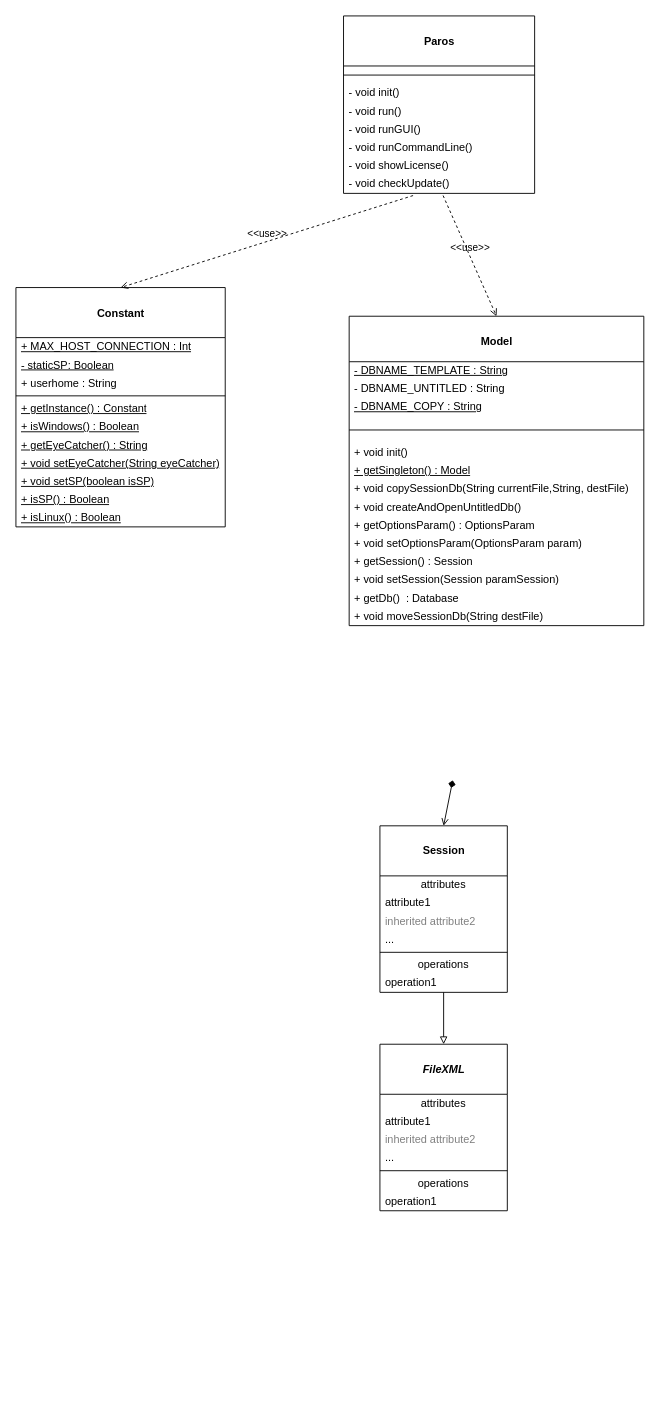
The draw.io diagram img/Untitled Diagram.drawio in nitipat009/softdev, before the edit. Source tidied: cells renumbered, new cells numbered last; positions are measured from the earlier drawing's top-left corner, leaving out a move shared by most shapes. Both pictures are drawn from the tidied source at 91%, with x=0, y=0 at pixel (15, 15).
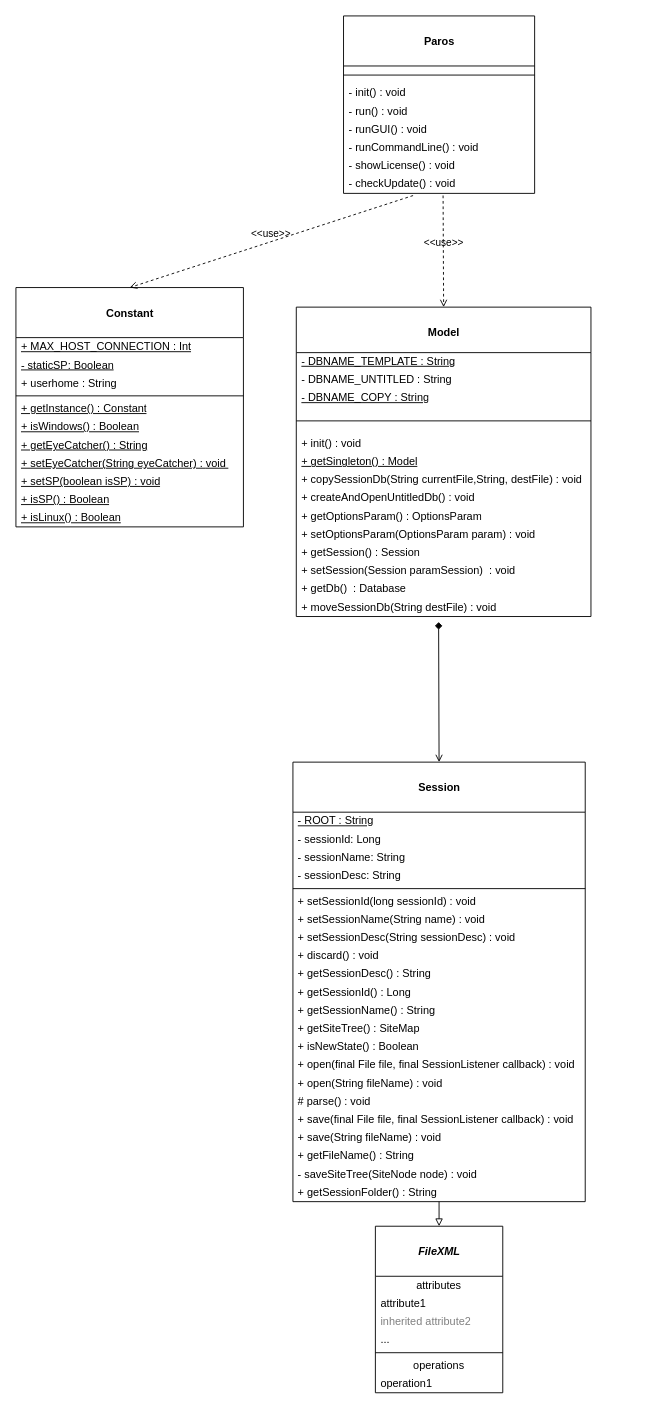
The same page after the edit.

Unchanged cells that the change refers to:
```xml
<mxCell id="2" value="&lt;b&gt;&lt;br&gt;Paros&lt;/b&gt;" style="swimlane;fontStyle=0;align=center;verticalAlign=top;horizontal=1;startSize=55;html=1;" parent="1" vertex="1">
  <mxGeometry x="360" width="210" height="195" as="geometry" />
</mxCell>
```

Change to the diagram source:
```diff
@@
-    <mxCell id="4" value="- void init()" style="text;html=1;strokeColor=none;fillColor=none;align=left;verticalAlign=middle;spacingLeft=4;spacingRight=4;overflow=hidden;" parent="2" vertex="1">
+    <mxCell id="4" value="- init() : void" style="text;html=1;strokeColor=none;fillColor=none;align=left;verticalAlign=middle;spacingLeft=4;spacingRight=4;overflow=hidden;" parent="2" vertex="1">
       <mxGeometry y="75" width="210" height="20" as="geometry" />
     </mxCell>
-    <mxCell id="5" value="- void&amp;nbsp;run()" style="text;html=1;strokeColor=none;fillColor=none;align=left;verticalAlign=middle;spacingLeft=4;spacingRight=4;overflow=hidden;" parent="2" vertex="1">
+    <mxCell id="5" value="- run() : void" style="text;html=1;strokeColor=none;fillColor=none;align=left;verticalAlign=middle;spacingLeft=4;spacingRight=4;overflow=hidden;" parent="2" vertex="1">
       <mxGeometry y="95" width="210" height="20" as="geometry" />
     </mxCell>
-    <mxCell id="6" value="- void runGUI()" style="text;html=1;strokeColor=none;fillColor=none;align=left;verticalAlign=middle;spacingLeft=4;spacingRight=4;overflow=hidden;" parent="2" vertex="1">
+    <mxCell id="6" value="- runGUI() : void" style="text;html=1;strokeColor=none;fillColor=none;align=left;verticalAlign=middle;spacingLeft=4;spacingRight=4;overflow=hidden;" parent="2" vertex="1">
       <mxGeometry y="115" width="210" height="20" as="geometry" />
     </mxCell>
-    <mxCell id="7" value="- void runCommandLine()" style="text;html=1;strokeColor=none;fillColor=none;align=left;verticalAlign=middle;spacingLeft=4;spacingRight=4;overflow=hidden;" parent="2" vertex="1">
+    <mxCell id="7" value="- runCommandLine() : void" style="text;html=1;strokeColor=none;fillColor=none;align=left;verticalAlign=middle;spacingLeft=4;spacingRight=4;overflow=hidden;" parent="2" vertex="1">
       <mxGeometry y="135" width="210" height="20" as="geometry" />
     </mxCell>
-    <mxCell id="8" value="- void showLicense()" style="text;html=1;strokeColor=none;fillColor=none;align=left;verticalAlign=middle;spacingLeft=4;spacingRight=4;overflow=hidden;" parent="2" vertex="1">
+    <mxCell id="8" value="- showLicense() : void&amp;nbsp;" style="text;html=1;strokeColor=none;fillColor=none;align=left;verticalAlign=middle;spacingLeft=4;spacingRight=4;overflow=hidden;" parent="2" vertex="1">
       <mxGeometry y="155" width="210" height="20" as="geometry" />
     </mxCell>
-    <mxCell id="9" value="- void checkUpdate()" style="text;html=1;strokeColor=none;fillColor=none;align=left;verticalAlign=middle;spacingLeft=4;spacingRight=4;overflow=hidden;points=[[0,0.5],[1,0.5]];portConstraint=eastwest;" parent="2" vertex="1">
+    <mxCell id="9" value="- checkUpdate() : void" style="text;html=1;strokeColor=none;fillColor=none;align=left;verticalAlign=middle;spacingLeft=4;spacingRight=4;overflow=hidden;points=[[0,0.5],[1,0.5]];portConstraint=eastwest;" parent="2" vertex="1">
       <mxGeometry y="175" width="210" height="20" as="geometry" />
     </mxCell>
     <mxCell id="10" value="&lt;br&gt;&lt;b&gt;Constant&lt;/b&gt;" style="swimlane;fontStyle=0;align=center;verticalAlign=top;horizontal=1;startSize=55;html=1;" parent="1" vertex="1">
-      <mxGeometry y="298.5" width="230" height="263" as="geometry" />
+      <mxGeometry y="298.5" width="250" height="263" as="geometry" />
     </mxCell>
     <mxCell id="11" value="&lt;u&gt;+ MAX_HOST_CONNECTION : Int&lt;/u&gt;" style="text;html=1;strokeColor=none;fillColor=none;align=left;verticalAlign=middle;spacingLeft=4;spacingRight=4;overflow=hidden;" parent="10" vertex="1">
-      <mxGeometry y="55" width="230" height="20" as="geometry" />
+      <mxGeometry y="55" width="250" height="20" as="geometry" />
     </mxCell>
     <mxCell id="12" value="&lt;u&gt;- staticSP: Boolean&lt;/u&gt;" style="text;html=1;strokeColor=none;fillColor=none;align=left;verticalAlign=middle;spacingLeft=4;spacingRight=4;overflow=hidden;" parent="10" vertex="1">
-      <mxGeometry y="75" width="230" height="20" as="geometry" />
+      <mxGeometry y="75" width="250" height="20" as="geometry" />
     </mxCell>
     <mxCell id="13" value="+ userhome : String" style="text;html=1;strokeColor=none;fillColor=none;align=left;verticalAlign=middle;spacingLeft=4;spacingRight=4;overflow=hidden;" parent="10" vertex="1">
-      <mxGeometry y="95" width="230" height="20" as="geometry" />
+      <mxGeometry y="95" width="250" height="20" as="geometry" />
     </mxCell>
     <mxCell id="14" style="line;strokeWidth=1;fillColor=none;align=left;verticalAlign=middle;spacingTop=-1;spacingLeft=3;spacingRight=3;labelPosition=right;" parent="10" vertex="1">
-      <mxGeometry y="115" width="230" height="8" as="geometry" />
+      <mxGeometry y="115" width="250" height="8" as="geometry" />
     </mxCell>
     <mxCell id="15" value="&lt;u&gt;+ getInstance() : Constant&lt;/u&gt;" style="text;html=1;strokeColor=none;fillColor=none;align=left;verticalAlign=middle;spacingLeft=4;spacingRight=4;overflow=hidden;" parent="10" vertex="1">
-      <mxGeometry y="123" width="230" height="20" as="geometry" />
+      <mxGeometry y="123" width="250" height="20" as="geometry" />
     </mxCell>
     <mxCell id="16" value="&lt;u&gt;+ isWindows() : Boolean&lt;/u&gt;" style="text;html=1;strokeColor=none;fillColor=none;align=left;verticalAlign=middle;spacingLeft=4;spacingRight=4;overflow=hidden;" parent="10" vertex="1">
-      <mxGeometry y="143" width="230" height="20" as="geometry" />
+      <mxGeometry y="143" width="250" height="20" as="geometry" />
     </mxCell>
     <mxCell id="17" value="&lt;u&gt;+ getEyeCatcher() : String&lt;/u&gt;" style="text;html=1;strokeColor=none;fillColor=none;align=left;verticalAlign=middle;spacingLeft=4;spacingRight=4;overflow=hidden;" parent="10" vertex="1">
-      <mxGeometry y="163" width="230" height="20" as="geometry" />
+      <mxGeometry y="163" width="250" height="20" as="geometry" />
     </mxCell>
-    <mxCell id="18" value="&lt;u&gt;+ void setEyeCatcher(String eyeCatcher)&lt;/u&gt;" style="text;html=1;strokeColor=none;fillColor=none;align=left;verticalAlign=middle;spacingLeft=4;spacingRight=4;overflow=hidden;" parent="10" vertex="1">
-      <mxGeometry y="183" width="230" height="20" as="geometry" />
+    <mxCell id="18" value="&lt;u&gt;+ setEyeCatcher(String eyeCatcher) :&amp;nbsp;&lt;/u&gt;&lt;u&gt;void&amp;nbsp;&lt;/u&gt;" style="text;html=1;strokeColor=none;fillColor=none;align=left;verticalAlign=middle;spacingLeft=4;spacingRight=4;overflow=hidden;" parent="10" vertex="1">
+      <mxGeometry y="183" width="250" height="20" as="geometry" />
     </mxCell>
-    <mxCell id="19" value="&lt;u&gt;+ void setSP(boolean isSP)&lt;/u&gt;" style="text;html=1;strokeColor=none;fillColor=none;align=left;verticalAlign=middle;spacingLeft=4;spacingRight=4;overflow=hidden;" parent="10" vertex="1">
-      <mxGeometry y="203" width="230" height="20" as="geometry" />
+    <mxCell id="19" value="&lt;u&gt;+ setSP(boolean isSP) :&amp;nbsp;&lt;/u&gt;&lt;u&gt;void&lt;/u&gt;" style="text;html=1;strokeColor=none;fillColor=none;align=left;verticalAlign=middle;spacingLeft=4;spacingRight=4;overflow=hidden;" parent="10" vertex="1">
+      <mxGeometry y="203" width="250" height="20" as="geometry" />
     </mxCell>
     <mxCell id="20" value="&lt;u&gt;+ isSP() : Boolean&lt;/u&gt;" style="text;html=1;strokeColor=none;fillColor=none;align=left;verticalAlign=middle;spacingLeft=4;spacingRight=4;overflow=hidden;" parent="10" vertex="1">
-      <mxGeometry y="223" width="230" height="20" as="geometry" />
+      <mxGeometry y="223" width="250" height="20" as="geometry" />
     </mxCell>
     <mxCell id="21" value="&lt;u&gt;+ isLinux() : Boolean&lt;/u&gt;" style="text;html=1;strokeColor=none;fillColor=none;align=left;verticalAlign=middle;spacingLeft=4;spacingRight=4;overflow=hidden;" parent="10" vertex="1">
-      <mxGeometry y="243" width="230" height="20" as="geometry" />
+      <mxGeometry y="243" width="250" height="20" as="geometry" />
     </mxCell>
@@
     <mxCell id="23" value="&lt;br&gt;&lt;b&gt;Model&lt;/b&gt;" style="swimlane;fontStyle=0;align=center;verticalAlign=top;horizontal=1;startSize=50;html=1;" parent="1" vertex="1">
-      <mxGeometry x="366.2" y="330" width="323.8" height="340" as="geometry" />
+      <mxGeometry x="308.1" y="320" width="323.8" height="340" as="geometry" />
     </mxCell>
@@
-    <mxCell id="28" value="+ void init()" style="text;html=1;strokeColor=none;fillColor=none;align=left;verticalAlign=middle;spacingLeft=4;spacingRight=4;overflow=hidden;" parent="23" vertex="1">
+    <mxCell id="28" value="+ init() :&amp;nbsp;void" style="text;html=1;strokeColor=none;fillColor=none;align=left;verticalAlign=middle;spacingLeft=4;spacingRight=4;overflow=hidden;" parent="23" vertex="1">
       <mxGeometry y="140" width="323.8" height="20" as="geometry" />
     </mxCell>
@@
-    <mxCell id="30" value="+ void copySessionDb(String currentFile,String, destFile)" style="text;html=1;strokeColor=none;fillColor=none;align=left;verticalAlign=middle;spacingLeft=4;spacingRight=4;overflow=hidden;" parent="23" vertex="1">
+    <mxCell id="30" value="+ copySessionDb(String currentFile,String, destFile) : void" style="text;html=1;strokeColor=none;fillColor=none;align=left;verticalAlign=middle;spacingLeft=4;spacingRight=4;overflow=hidden;" parent="23" vertex="1">
       <mxGeometry y="180" width="323.8" height="20" as="geometry" />
     </mxCell>
-    <mxCell id="31" value="+ void createAndOpenUntitledDb()" style="text;html=1;strokeColor=none;fillColor=none;align=left;verticalAlign=middle;spacingLeft=4;spacingRight=4;overflow=hidden;" parent="23" vertex="1">
+    <mxCell id="31" value="+ createAndOpenUntitledDb() : void&amp;nbsp;" style="text;html=1;strokeColor=none;fillColor=none;align=left;verticalAlign=middle;spacingLeft=4;spacingRight=4;overflow=hidden;" parent="23" vertex="1">
       <mxGeometry y="200" width="323.8" height="20" as="geometry" />
     </mxCell>
@@
-    <mxCell id="33" value="+ void setOptionsParam(OptionsParam param)" style="text;html=1;strokeColor=none;fillColor=none;align=left;verticalAlign=middle;spacingLeft=4;spacingRight=4;overflow=hidden;" parent="23" vertex="1">
+    <mxCell id="33" value="+ setOptionsParam(OptionsParam param) : void&amp;nbsp;" style="text;html=1;strokeColor=none;fillColor=none;align=left;verticalAlign=middle;spacingLeft=4;spacingRight=4;overflow=hidden;" parent="23" vertex="1">
       <mxGeometry y="240" width="323.8" height="20" as="geometry" />
     </mxCell>
@@
-    <mxCell id="35" value="+ void setSession(Session paramSession)&amp;nbsp;" style="text;html=1;strokeColor=none;fillColor=none;align=left;verticalAlign=middle;spacingLeft=4;spacingRight=4;overflow=hidden;" parent="23" vertex="1">
+    <mxCell id="35" value="+ setSession(Session paramSession)&amp;nbsp; : void" style="text;html=1;strokeColor=none;fillColor=none;align=left;verticalAlign=middle;spacingLeft=4;spacingRight=4;overflow=hidden;" parent="23" vertex="1">
       <mxGeometry y="280" width="323.8" height="20" as="geometry" />
     </mxCell>
@@
-    <mxCell id="37" value="+ void moveSessionDb(String destFile)" style="text;html=1;strokeColor=none;fillColor=none;align=left;verticalAlign=middle;spacingLeft=4;spacingRight=4;overflow=hidden;points=[[0,0.5],[1,0.5]];portConstraint=eastwest;" parent="23" vertex="1">
+    <mxCell id="37" value="+ moveSessionDb(String destFile) : void" style="text;html=1;strokeColor=none;fillColor=none;align=left;verticalAlign=middle;spacingLeft=4;spacingRight=4;overflow=hidden;points=[[0,0.5],[1,0.5]];portConstraint=eastwest;" parent="23" vertex="1">
       <mxGeometry y="320" width="323.8" height="20" as="geometry" />
     </mxCell>
@@
     <mxCell id="40" value="&lt;br&gt;&lt;b&gt;Session&lt;/b&gt;&lt;br&gt;" style="swimlane;fontStyle=0;align=center;verticalAlign=top;horizontal=1;startSize=55;html=1;" parent="1" vertex="1">
-      <mxGeometry x="400" y="890" width="140" height="183" as="geometry" />
+      <mxGeometry x="304.4" y="820" width="321.2" height="483" as="geometry" />
     </mxCell>
-    <mxCell id="41" value="attributes" style="text;html=1;strokeColor=none;fillColor=none;align=center;verticalAlign=middle;spacingLeft=4;spacingRight=4;overflow=hidden;" parent="40" vertex="1">
-      <mxGeometry y="55" width="140" height="20" as="geometry" />
-    </mxCell>
-    <mxCell id="42" value="attribute1" style="text;html=1;strokeColor=none;fillColor=none;align=left;verticalAlign=middle;spacingLeft=4;spacingRight=4;overflow=hidden;" parent="40" vertex="1">
-      <mxGeometry y="75" width="140" height="20" as="geometry" />
+    <mxCell id="42" value="&lt;u&gt;- ROOT : String&lt;/u&gt;" style="text;html=1;strokeColor=none;fillColor=none;align=left;verticalAlign=middle;spacingLeft=4;spacingRight=4;overflow=hidden;" parent="40" vertex="1">
+      <mxGeometry y="55" width="321.2" height="20" as="geometry" />
     </mxCell>
-    <mxCell id="43" value="inherited attribute2" style="text;html=1;strokeColor=none;fillColor=none;align=left;verticalAlign=middle;spacingLeft=4;spacingRight=4;overflow=hidden;fontColor=#808080;" parent="40" vertex="1">
-      <mxGeometry y="95" width="140" height="20" as="geometry" />
-    </mxCell>
-    <mxCell id="44" value="..." style="text;html=1;strokeColor=none;fillColor=none;align=left;verticalAlign=middle;spacingLeft=4;spacingRight=4;overflow=hidden;" parent="40" vertex="1">
-      <mxGeometry y="115" width="140" height="20" as="geometry" />
-    </mxCell>
+    <mxCell id="57" value="- sessionId: Long" style="text;html=1;strokeColor=none;fillColor=none;align=left;verticalAlign=middle;spacingLeft=4;spacingRight=4;overflow=hidden;" parent="40" vertex="1">
+      <mxGeometry y="75" width="321.2" height="20" as="geometry" />
+    </mxCell>
+    <mxCell id="58" value="- sessionName: String" style="text;html=1;strokeColor=none;fillColor=none;align=left;verticalAlign=middle;spacingLeft=4;spacingRight=4;overflow=hidden;" parent="40" vertex="1">
+      <mxGeometry y="95" width="321.2" height="20" as="geometry" />
+    </mxCell>
+    <mxCell id="59" value="- sessionDesc: String" style="text;html=1;strokeColor=none;fillColor=none;align=left;verticalAlign=middle;spacingLeft=4;spacingRight=4;overflow=hidden;" parent="40" vertex="1">
+      <mxGeometry y="115" width="321.2" height="20" as="geometry" />
+    </mxCell>
     <mxCell id="45" style="line;strokeWidth=1;fillColor=none;align=left;verticalAlign=middle;spacingTop=-1;spacingLeft=3;spacingRight=3;labelPosition=right;" parent="40" vertex="1">
-      <mxGeometry y="135" width="140" height="8" as="geometry" />
+      <mxGeometry y="135" width="321.2" height="8" as="geometry" />
     </mxCell>
-    <mxCell id="46" value="operations" style="text;html=1;strokeColor=none;fillColor=none;align=center;verticalAlign=middle;spacingLeft=4;spacingRight=4;overflow=hidden;" parent="40" vertex="1">
-      <mxGeometry y="143" width="140" height="20" as="geometry" />
-    </mxCell>
-    <mxCell id="47" value="operation1" style="text;html=1;strokeColor=none;fillColor=none;align=left;verticalAlign=middle;spacingLeft=4;spacingRight=4;overflow=hidden;" parent="40" vertex="1">
-      <mxGeometry y="163" width="140" height="20" as="geometry" />
+    <mxCell id="47" value="+ setSessionId(long sessionId) : void" style="text;html=1;strokeColor=none;fillColor=none;align=left;verticalAlign=middle;spacingLeft=4;spacingRight=4;overflow=hidden;" parent="40" vertex="1">
+      <mxGeometry y="143" width="321.2" height="20" as="geometry" />
     </mxCell>
+    <mxCell id="60" value="+ setSessionName(String name) : void" style="text;html=1;strokeColor=none;fillColor=none;align=left;verticalAlign=middle;spacingLeft=4;spacingRight=4;overflow=hidden;" parent="40" vertex="1">
+      <mxGeometry y="163" width="321.2" height="20" as="geometry" />
+    </mxCell>
+    <mxCell id="61" value="+ setSessionDesc(String sessionDesc) : void&amp;nbsp;" style="text;html=1;strokeColor=none;fillColor=none;align=left;verticalAlign=middle;spacingLeft=4;spacingRight=4;overflow=hidden;" parent="40" vertex="1">
+      <mxGeometry y="183" width="321.2" height="20" as="geometry" />
+    </mxCell>
+    <mxCell id="62" value="+ discard() : void&amp;nbsp;" style="text;html=1;strokeColor=none;fillColor=none;align=left;verticalAlign=middle;spacingLeft=4;spacingRight=4;overflow=hidden;" parent="40" vertex="1">
+      <mxGeometry y="203" width="321.2" height="20" as="geometry" />
+    </mxCell>
+    <mxCell id="63" value="+ getSessionDesc() : String" style="text;html=1;strokeColor=none;fillColor=none;align=left;verticalAlign=middle;spacingLeft=4;spacingRight=4;overflow=hidden;" parent="40" vertex="1">
+      <mxGeometry y="223" width="321.2" height="20" as="geometry" />
+    </mxCell>
+    <mxCell id="64" value="+ getSessionId() : Long" style="text;html=1;strokeColor=none;fillColor=none;align=left;verticalAlign=middle;spacingLeft=4;spacingRight=4;overflow=hidden;" parent="40" vertex="1">
+      <mxGeometry y="243" width="321.2" height="20" as="geometry" />
+    </mxCell>
+    <mxCell id="65" value="+ getSessionName() : String" style="text;html=1;strokeColor=none;fillColor=none;align=left;verticalAlign=middle;spacingLeft=4;spacingRight=4;overflow=hidden;" parent="40" vertex="1">
+      <mxGeometry y="263" width="321.2" height="20" as="geometry" />
+    </mxCell>
+    <mxCell id="66" value="+ getSiteTree() : SiteMap" style="text;html=1;strokeColor=none;fillColor=none;align=left;verticalAlign=middle;spacingLeft=4;spacingRight=4;overflow=hidden;" parent="40" vertex="1">
+      <mxGeometry y="283" width="321.2" height="20" as="geometry" />
+    </mxCell>
+    <mxCell id="67" value="+ isNewState() : Boolean" style="text;html=1;strokeColor=none;fillColor=none;align=left;verticalAlign=middle;spacingLeft=4;spacingRight=4;overflow=hidden;" parent="40" vertex="1">
+      <mxGeometry y="303" width="321.2" height="20" as="geometry" />
+    </mxCell>
+    <mxCell id="68" value="+ open(final File file, final SessionListener callback) : void" style="text;html=1;strokeColor=none;fillColor=none;align=left;verticalAlign=middle;spacingLeft=4;spacingRight=4;overflow=hidden;" parent="40" vertex="1">
+      <mxGeometry y="323" width="321.2" height="20" as="geometry" />
+    </mxCell>
+    <mxCell id="69" value="+ open(String fileName) : void" style="text;html=1;strokeColor=none;fillColor=none;align=left;verticalAlign=middle;spacingLeft=4;spacingRight=4;overflow=hidden;" parent="40" vertex="1">
+      <mxGeometry y="343" width="321.2" height="20" as="geometry" />
+    </mxCell>
+    <mxCell id="70" value="# parse() : void" style="text;html=1;strokeColor=none;fillColor=none;align=left;verticalAlign=middle;spacingLeft=4;spacingRight=4;overflow=hidden;" parent="40" vertex="1">
+      <mxGeometry y="363" width="321.2" height="20" as="geometry" />
+    </mxCell>
+    <mxCell id="71" value="+ save(final File file, final SessionListener callback) : void" style="text;html=1;strokeColor=none;fillColor=none;align=left;verticalAlign=middle;spacingLeft=4;spacingRight=4;overflow=hidden;" parent="40" vertex="1">
+      <mxGeometry y="383" width="321.2" height="20" as="geometry" />
+    </mxCell>
+    <mxCell id="72" value="+ save(String fileName) : void" style="text;html=1;strokeColor=none;fillColor=none;align=left;verticalAlign=middle;spacingLeft=4;spacingRight=4;overflow=hidden;" parent="40" vertex="1">
+      <mxGeometry y="403" width="321.2" height="20" as="geometry" />
+    </mxCell>
+    <mxCell id="73" value="+ getFileName() : String" style="text;html=1;strokeColor=none;fillColor=none;align=left;verticalAlign=middle;spacingLeft=4;spacingRight=4;overflow=hidden;" parent="40" vertex="1">
+      <mxGeometry y="423" width="321.2" height="20" as="geometry" />
+    </mxCell>
+    <mxCell id="74" value="- saveSiteTree(SiteNode node) : void" style="text;html=1;strokeColor=none;fillColor=none;align=left;verticalAlign=middle;spacingLeft=4;spacingRight=4;overflow=hidden;" parent="40" vertex="1">
+      <mxGeometry y="443" width="321.2" height="20" as="geometry" />
+    </mxCell>
+    <mxCell id="75" value="+ getSessionFolder() : String" style="text;html=1;strokeColor=none;fillColor=none;align=left;verticalAlign=middle;spacingLeft=4;spacingRight=4;overflow=hidden;" parent="40" vertex="1">
+      <mxGeometry y="463" width="321.2" height="20" as="geometry" />
+    </mxCell>
-    <mxCell id="48" style="rounded=0;jettySize=auto;html=1;startArrow=diamond;startFill=1;endArrow=open;endFill=0;entryX=0.5;entryY=0;entryDx=0;entryDy=0;" parent="1" edge="1" target="40">
-      <mxGeometry relative="1" as="geometry">
-        <mxPoint x="480" y="840" as="sourcePoint" />
-      </mxGeometry>
+    <mxCell id="48" style="rounded=0;jettySize=auto;html=1;startArrow=diamond;startFill=1;endArrow=open;endFill=0;entryX=0.5;entryY=0;entryDx=0;entryDy=0;exitX=0.483;exitY=1.303;exitDx=0;exitDy=0;exitPerimeter=0;" parent="1" edge="1" source="37" target="40">
+      <mxGeometry relative="1" as="geometry" />
     </mxCell>
     <mxCell id="49" value="&lt;br&gt;&lt;b&gt;&lt;i&gt;FileXML&lt;/i&gt;&lt;/b&gt;&lt;br&gt;" style="swimlane;fontStyle=0;align=center;verticalAlign=top;horizontal=1;startSize=55;html=1;" parent="1" vertex="1">
-      <mxGeometry x="400" y="1130" width="140" height="183" as="geometry" />
+      <mxGeometry x="395" y="1330" width="140" height="183" as="geometry" />
     </mxCell>
```
